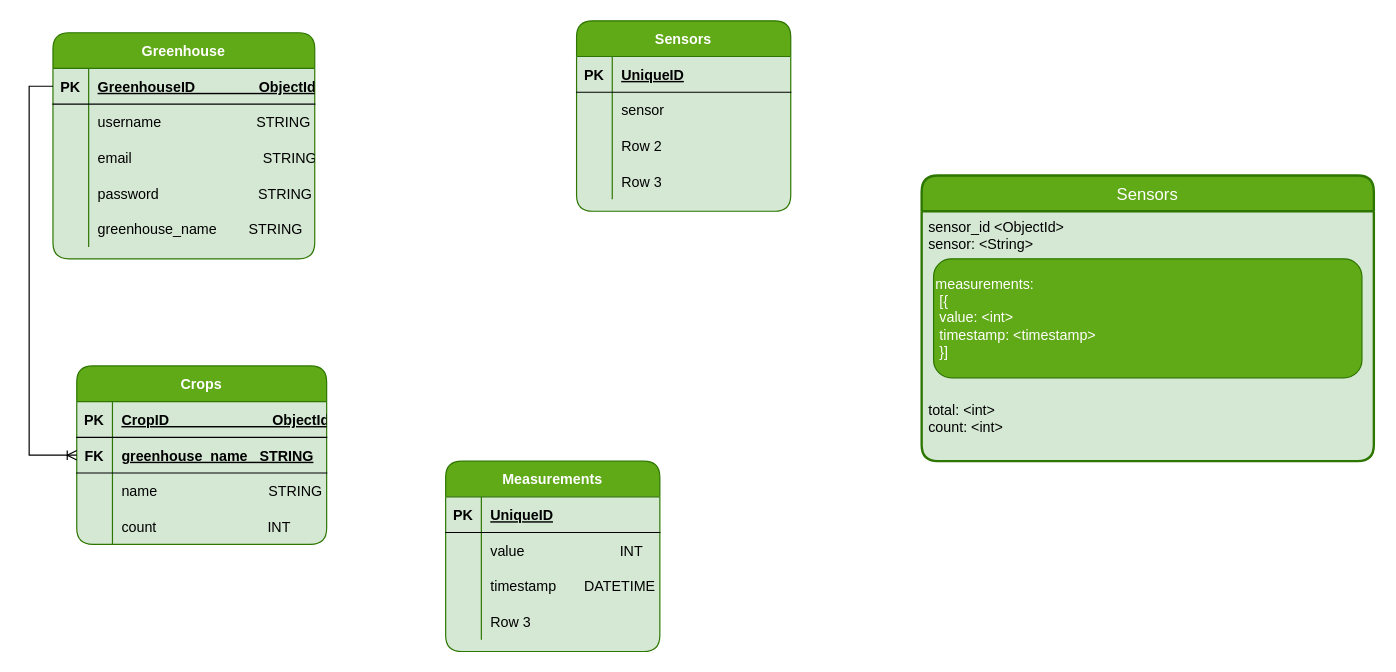
This is ER Diagram(IoT).drawio from Cybernadero/ER, a draw.io file, before an edit. Source tidied: cells renumbered, new cells numbered last; positions are measured from the earlier drawing's top-left corner, leaving out a move shared by most shapes. Both pictures are drawn from the tidied source at 119%, with x=0, y=0 at pixel (52, 20).
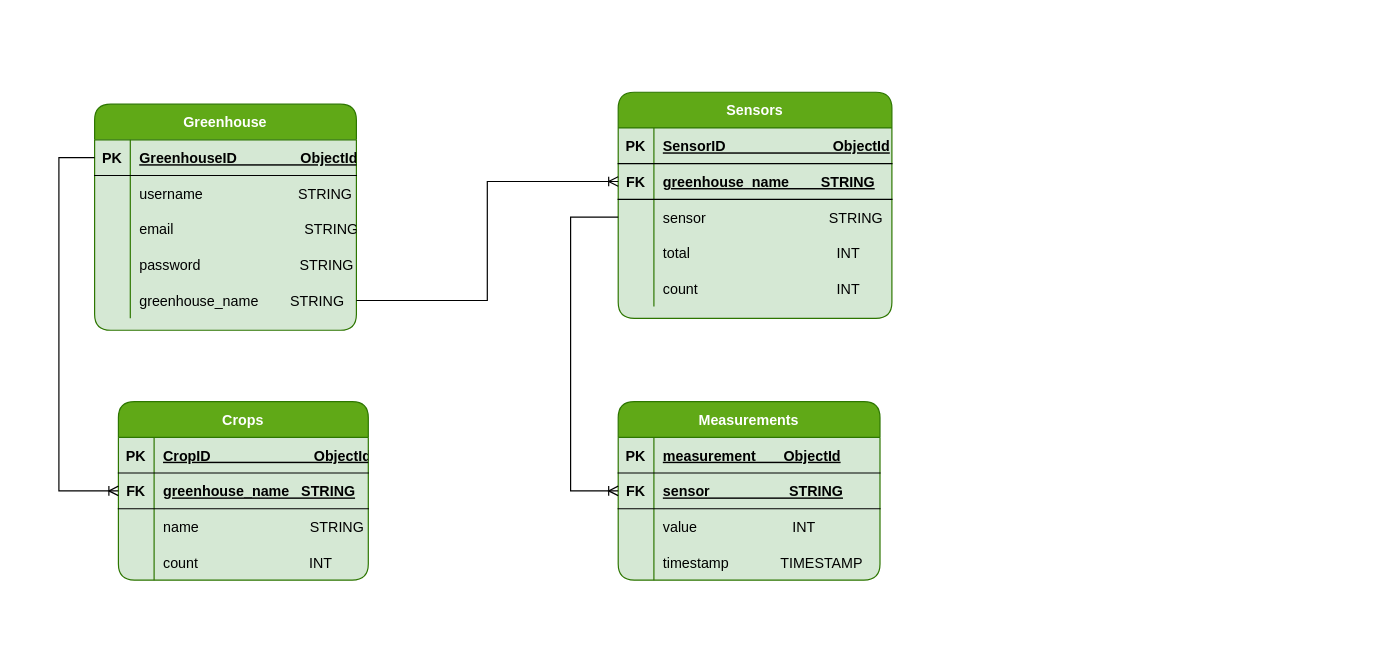
After the change.

The change refers to these unchanged cells:
```xml
<mxCell id="6" style="shape=partialRectangle;fillColor=none;top=0;left=0;bottom=1;right=0;points=[[0,0.5],[1,0.5]];portConstraint=eastwest;rounded=1;" parent="5" vertex="1">
  <mxGeometry y="30" width="220" height="30" as="geometry" />
</mxCell>
<mxCell id="18" style="shape=partialRectangle;fillColor=none;top=0;left=0;bottom=0;right=0;points=[[0,0.5],[1,0.5]];portConstraint=eastwest;rounded=1;" parent="5" vertex="1">
  <mxGeometry y="150" width="220" height="30" as="geometry" />
</mxCell>
<mxCell id="25" style="shape=partialRectangle;fillColor=none;top=0;left=0;bottom=1;right=0;points=[[0,0.5],[1,0.5]];portConstraint=eastwest;" parent="21" vertex="1">
  <mxGeometry y="60" width="210" height="30" as="geometry" />
</mxCell>
```

Change to the diagram source:
```diff
@@
-    <mxCell id="2" value="Sensors" style="swimlane;horizontal=1;startSize=30;fontSize=14;fontStyle=0;strokeWidth=2;shadow=0;dashed=0;align=center;fillColor=#60a917;strokeColor=#2D7600;fontColor=#ffffff;swimlaneFillColor=#D5E8D4;rounded=1;" parent="1" vertex="1">
-      <mxGeometry x="730" y="130" width="380" height="240" as="geometry" />
-    </mxCell>
-    <mxCell id="3" value="sensor_id &lt;ObjectId&gt;&#10;sensor: &lt;String&gt;&#10;  &#10;&#10;&#10;&#10;&#10;&#10;&#10;&#10;&#10;total: &lt;int&gt;&#10;count: &lt;int&gt;" style="align=left;strokeColor=none;fillColor=none;spacingLeft=4;fontSize=12;verticalAlign=top;rounded=1;" parent="2" vertex="1">
-      <mxGeometry y="30" width="380" height="210" as="geometry" />
-    </mxCell>
-    <mxCell id="4" value="&lt;span style=&quot;white-space: pre&quot;&gt;measurements:&lt;br&gt;&lt;span style=&quot;white-space: pre&quot;&gt; &lt;/span&gt;[{ &lt;/span&gt;&lt;br&gt;&lt;span style=&quot;white-space: pre&quot;&gt; &lt;/span&gt;value: &amp;lt;int&amp;gt;&lt;br&gt;&lt;span&gt;&lt;span style=&quot;white-space: pre&quot;&gt; &lt;/span&gt;timestamp: &amp;lt;timestamp&amp;gt;&lt;br&gt;&lt;span style=&quot;white-space: pre&quot;&gt; &lt;/span&gt;}]&lt;br&gt;&lt;/span&gt;" style="whiteSpace=wrap;html=1;align=left;fillColor=#60a917;strokeColor=#2D7600;fontColor=#ffffff;rounded=1;" parent="1" vertex="1">
-      <mxGeometry x="740" y="200" width="360" height="100" as="geometry" />
-    </mxCell>
     <mxCell id="5" value="Greenhouse" style="shape=table;startSize=30;childLayout=tableLayout;rowLines=0;fontStyle=1;align=center;rounded=1;fillColor=#60a917;strokeColor=#2D7600;fontColor=#ffffff;swimlaneFillColor=#D5E8D4;" parent="1" vertex="1">
-      <mxGeometry y="10" width="220" height="190" as="geometry" />
+      <mxGeometry x="35" y="70" width="220" height="190" as="geometry" />
     </mxCell>
@@
     <mxCell id="21" value="Crops" style="shape=table;startSize=30;childLayout=tableLayout;rowLines=0;fontStyle=1;align=center;rounded=1;fillColor=#60a917;strokeColor=#2D7600;fontColor=#ffffff;swimlaneFillColor=#D5E8D4;" parent="1" vertex="1">
-      <mxGeometry x="20" y="290" width="210" height="150" as="geometry" />
+      <mxGeometry x="55" y="320" width="210" height="150" as="geometry" />
     </mxCell>
@@
     <mxCell id="34" style="edgeStyle=orthogonalEdgeStyle;rounded=0;jettySize=auto;html=1;exitX=0;exitY=0.5;exitDx=0;exitDy=0;entryX=0;entryY=0.5;entryDx=0;entryDy=0;endArrow=ERoneToMany;endFill=0;" parent="1" edge="1" source="6" target="25">
-      <mxGeometry relative="1" as="geometry" />
+      <mxGeometry relative="1" as="geometry">
+        <Array as="points">
+          <mxPoint x="5" y="115" />
+          <mxPoint x="5" y="395" />
+        </Array>
+      </mxGeometry>
     </mxCell>
     <mxCell id="35" value="Sensors" style="shape=table;startSize=30;childLayout=tableLayout;rowLines=0;fontStyle=1;align=center;rounded=1;fillColor=#60a917;strokeColor=#2D7600;fontColor=#ffffff;swimlaneFillColor=#D5E8D4;" parent="1" vertex="1">
-      <mxGeometry x="440" width="180" height="160" as="geometry" />
+      <mxGeometry x="475" y="60" width="230" height="190" as="geometry" />
     </mxCell>
     <mxCell id="36" style="shape=partialRectangle;fillColor=none;top=0;left=0;bottom=1;right=0;" parent="35" vertex="1">
-      <mxGeometry y="30" width="180" height="30" as="geometry" />
+      <mxGeometry y="30" width="230" height="30" as="geometry" />
     </mxCell>
@@
-    <mxCell id="38" value="UniqueID" style="shape=partialRectangle;fillColor=none;top=0;left=0;bottom=0;right=0;align=left;spacingLeft=6;fontStyle=5;overflow=hidden;" parent="36" vertex="1">
-      <mxGeometry x="30" width="150" height="30" as="geometry" />
+    <mxCell id="38" value="SensorID                           ObjectId" style="shape=partialRectangle;fillColor=none;top=0;left=0;bottom=0;right=0;align=left;spacingLeft=6;fontStyle=5;overflow=hidden;" parent="36" vertex="1">
+      <mxGeometry x="30" width="200" height="30" as="geometry" />
     </mxCell>
+    <mxCell id="61" style="shape=partialRectangle;fillColor=none;top=0;left=0;bottom=1;right=0;points=[[0,0.5],[1,0.5]];portConstraint=eastwest;" parent="35" vertex="1">
+      <mxGeometry y="60" width="230" height="30" as="geometry" />
+    </mxCell>
+    <mxCell id="62" value="FK" style="shape=partialRectangle;fillColor=none;top=0;left=0;bottom=0;right=0;fontStyle=1;overflow=hidden;" parent="61" vertex="1">
+      <mxGeometry width="30" height="30" as="geometry" />
+    </mxCell>
+    <mxCell id="63" value="greenhouse_name        STRING" style="shape=partialRectangle;fillColor=none;top=0;left=0;bottom=0;right=0;align=left;spacingLeft=6;fontStyle=5;overflow=hidden;" parent="61" vertex="1">
+      <mxGeometry x="30" width="200" height="30" as="geometry" />
+    </mxCell>
     <mxCell id="39" style="shape=partialRectangle;fillColor=none;top=0;left=0;bottom=0;right=0;points=[[0,0.5],[1,0.5]];portConstraint=eastwest;" parent="35" vertex="1">
-      <mxGeometry y="60" width="180" height="30" as="geometry" />
+      <mxGeometry y="90" width="230" height="30" as="geometry" />
     </mxCell>
@@
-    <mxCell id="41" value="sensor" style="shape=partialRectangle;fillColor=none;top=0;left=0;bottom=0;right=0;align=left;spacingLeft=6;overflow=hidden;" parent="39" vertex="1">
-      <mxGeometry x="30" width="150" height="30" as="geometry" />
+    <mxCell id="41" value="sensor                               STRING" style="shape=partialRectangle;fillColor=none;top=0;left=0;bottom=0;right=0;align=left;spacingLeft=6;overflow=hidden;" parent="39" vertex="1">
+      <mxGeometry x="30" width="200" height="30" as="geometry" />
     </mxCell>
     <mxCell id="42" style="shape=partialRectangle;fillColor=none;top=0;left=0;bottom=0;right=0;" parent="35" vertex="1">
-      <mxGeometry y="90" width="180" height="30" as="geometry" />
+      <mxGeometry y="120" width="230" height="30" as="geometry" />
     </mxCell>
@@
-    <mxCell id="44" value="Row 2" style="shape=partialRectangle;fillColor=none;top=0;left=0;bottom=0;right=0;align=left;spacingLeft=6;overflow=hidden;" parent="42" vertex="1">
-      <mxGeometry x="30" width="150" height="30" as="geometry" />
+    <mxCell id="44" value="total                                     INT" style="shape=partialRectangle;fillColor=none;top=0;left=0;bottom=0;right=0;align=left;spacingLeft=6;overflow=hidden;" parent="42" vertex="1">
+      <mxGeometry x="30" width="200" height="30" as="geometry" />
     </mxCell>
     <mxCell id="45" style="shape=partialRectangle;fillColor=none;top=0;left=0;bottom=0;right=0;" parent="35" vertex="1">
-      <mxGeometry y="120" width="180" height="30" as="geometry" />
+      <mxGeometry y="150" width="230" height="30" as="geometry" />
     </mxCell>
@@
-    <mxCell id="47" value="Row 3" style="shape=partialRectangle;fillColor=none;top=0;left=0;bottom=0;right=0;align=left;spacingLeft=6;overflow=hidden;" parent="45" vertex="1">
-      <mxGeometry x="30" width="150" height="30" as="geometry" />
+    <mxCell id="47" value="count                                   INT" style="shape=partialRectangle;fillColor=none;top=0;left=0;bottom=0;right=0;align=left;spacingLeft=6;overflow=hidden;" parent="45" vertex="1">
+      <mxGeometry x="30" width="200" height="30" as="geometry" />
     </mxCell>
     <mxCell id="48" value="Measurements" style="shape=table;startSize=30;childLayout=tableLayout;rowLines=0;fontStyle=1;align=center;rounded=1;fillColor=#60a917;strokeColor=#2D7600;fontColor=#ffffff;swimlaneFillColor=#D5E8D4;" parent="1" vertex="1">
-      <mxGeometry x="330" y="370" width="180" height="160" as="geometry" />
+      <mxGeometry x="475" y="320" width="220" height="150" as="geometry" />
     </mxCell>
     <mxCell id="49" style="shape=partialRectangle;fillColor=none;top=0;left=0;bottom=1;right=0;" parent="48" vertex="1">
-      <mxGeometry y="30" width="180" height="30" as="geometry" />
+      <mxGeometry y="30" width="220" height="30" as="geometry" />
     </mxCell>
@@
-    <mxCell id="51" value="UniqueID" style="shape=partialRectangle;fillColor=none;top=0;left=0;bottom=0;right=0;align=left;spacingLeft=6;fontStyle=5;overflow=hidden;" parent="49" vertex="1">
-      <mxGeometry x="30" width="150" height="30" as="geometry" />
+    <mxCell id="51" value="measurement       ObjectId" style="shape=partialRectangle;fillColor=none;top=0;left=0;bottom=0;right=0;align=left;spacingLeft=6;fontStyle=5;overflow=hidden;" parent="49" vertex="1">
+      <mxGeometry x="30" width="190" height="30" as="geometry" />
     </mxCell>
+    <mxCell id="64" style="shape=partialRectangle;fillColor=none;top=0;left=0;bottom=1;right=0;points=[[0,0.5],[1,0.5]];portConstraint=eastwest;" parent="48" vertex="1">
+      <mxGeometry y="60" width="220" height="30" as="geometry" />
+    </mxCell>
+    <mxCell id="65" value="FK" style="shape=partialRectangle;fillColor=none;top=0;left=0;bottom=0;right=0;fontStyle=1;overflow=hidden;" parent="64" vertex="1">
+      <mxGeometry width="30" height="30" as="geometry" />
+    </mxCell>
+    <mxCell id="66" value="sensor                    STRING" style="shape=partialRectangle;fillColor=none;top=0;left=0;bottom=0;right=0;align=left;spacingLeft=6;fontStyle=5;overflow=hidden;" parent="64" vertex="1">
+      <mxGeometry x="30" width="190" height="30" as="geometry" />
+    </mxCell>
     <mxCell id="52" style="shape=partialRectangle;fillColor=none;top=0;left=0;bottom=0;right=0;" parent="48" vertex="1">
-      <mxGeometry y="60" width="180" height="30" as="geometry" />
+      <mxGeometry y="90" width="220" height="30" as="geometry" />
     </mxCell>
@@
-    <mxCell id="54" value="value                        INT" style="shape=partialRectangle;fillColor=none;top=0;left=0;bottom=0;right=0;align=left;spacingLeft=6;overflow=hidden;" parent="52" vertex="1">
-      <mxGeometry x="30" width="150" height="30" as="geometry" />
+    <mxCell id="54" value="value                        INT" style="shape=partialRectangle;fillColor=none;top=0;left=0;bottom=0;right=0;align=left;spacingLeft=6;overflow=hidden;" parent="52" vertex="1">
+      <mxGeometry x="30" width="190" height="30" as="geometry" />
     </mxCell>
     <mxCell id="55" style="shape=partialRectangle;fillColor=none;top=0;left=0;bottom=0;right=0;" parent="48" vertex="1">
-      <mxGeometry y="90" width="180" height="30" as="geometry" />
+      <mxGeometry y="120" width="220" height="30" as="geometry" />
     </mxCell>
@@
-    <mxCell id="57" value="timestamp       DATETIME" style="shape=partialRectangle;fillColor=none;top=0;left=0;bottom=0;right=0;align=left;spacingLeft=6;overflow=hidden;" parent="55" vertex="1">
-      <mxGeometry x="30" width="150" height="30" as="geometry" />
+    <mxCell id="57" value="timestamp             TIMESTAMP" style="shape=partialRectangle;fillColor=none;top=0;left=0;bottom=0;right=0;align=left;spacingLeft=6;overflow=hidden;" parent="55" vertex="1">
+      <mxGeometry x="30" width="190" height="30" as="geometry" />
     </mxCell>
-    <mxCell id="58" style="shape=partialRectangle;fillColor=none;top=0;left=0;bottom=0;right=0;" parent="48" vertex="1">
-      <mxGeometry y="120" width="180" height="30" as="geometry" />
-    </mxCell>
-    <mxCell id="59" style="shape=partialRectangle;fillColor=none;top=0;left=0;bottom=0;right=0;overflow=hidden;" parent="58" vertex="1">
-      <mxGeometry width="30" height="30" as="geometry" />
-    </mxCell>
-    <mxCell id="60" value="Row 3" style="shape=partialRectangle;fillColor=none;top=0;left=0;bottom=0;right=0;align=left;spacingLeft=6;overflow=hidden;" parent="58" vertex="1">
-      <mxGeometry x="30" width="150" height="30" as="geometry" />
-    </mxCell>
+    <mxCell id="67" style="edgeStyle=orthogonalEdgeStyle;rounded=0;jettySize=auto;html=1;entryX=0;entryY=0.5;entryDx=0;entryDy=0;endArrow=ERoneToMany;endFill=0;" parent="1" edge="1" source="18" target="61">
+      <mxGeometry relative="1" as="geometry" />
+    </mxCell>
+    <mxCell id="68" style="edgeStyle=orthogonalEdgeStyle;rounded=0;jettySize=auto;html=1;entryX=0;entryY=0.5;entryDx=0;entryDy=0;endArrow=ERoneToMany;endFill=0;" parent="1" edge="1" source="39" target="64">
+      <mxGeometry relative="1" as="geometry">
+        <Array as="points">
+          <mxPoint x="435" y="165" />
+          <mxPoint x="435" y="395" />
+        </Array>
+      </mxGeometry>
+    </mxCell>
```
